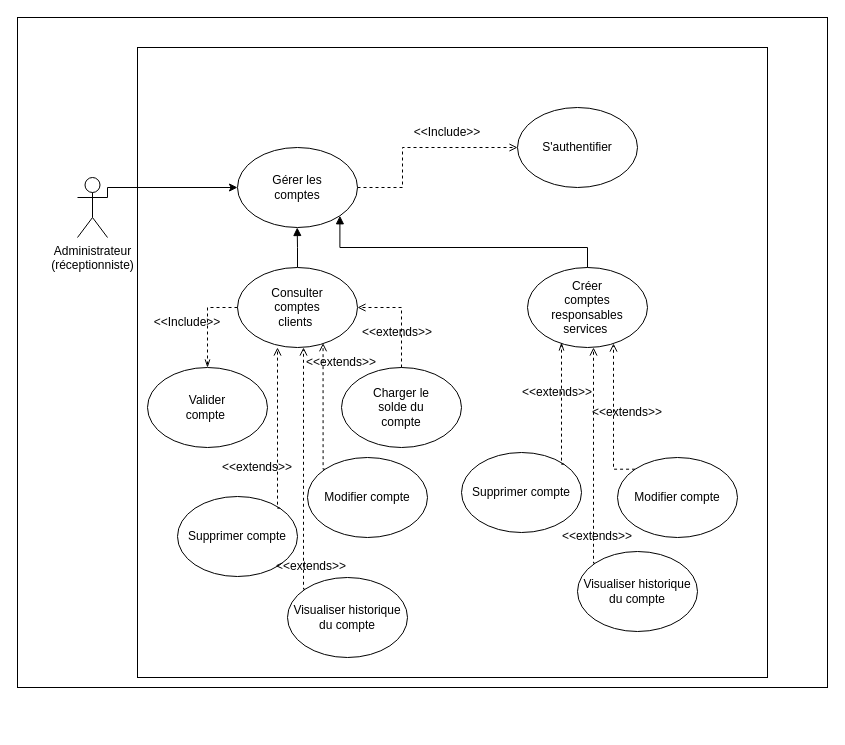
This is admin raffiné.drawio from labidimahdi/diagrams, a draw.io file, before an edit. Source tidied: cells renumbered, new cells numbered last; positions are measured from the earlier drawing's top-left corner, leaving out a move shared by most shapes. Both pictures are drawn from the tidied source at 100%, with x=0, y=0 at pixel (17, 17).
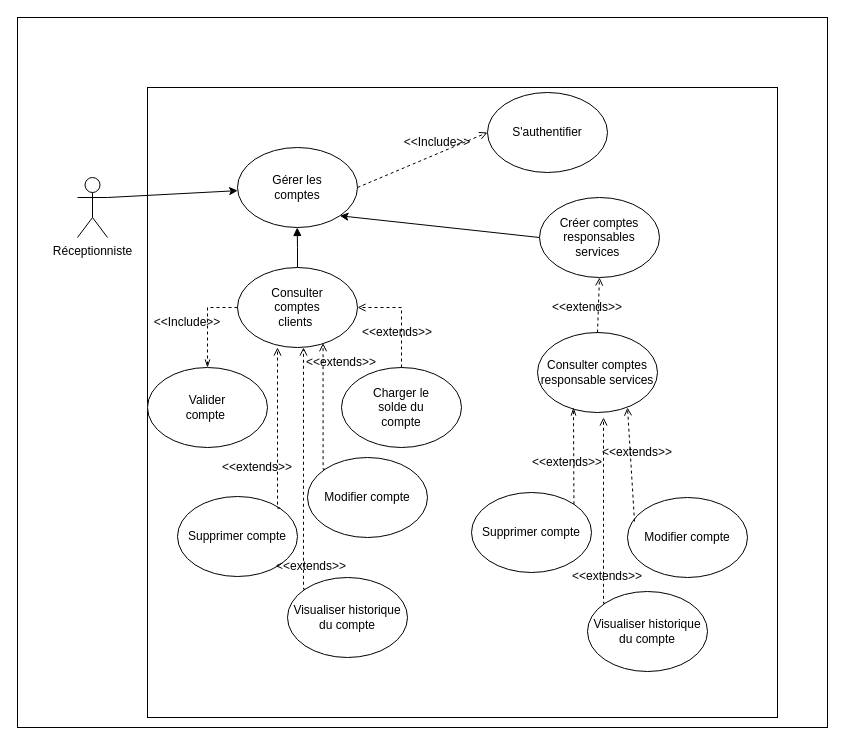
Above is the later version.

Commit message:
Mettre à jour admin raffiné.drawio

Unchanged cells that the change refers to:
```xml
<mxCell id="7" style="ellipse;whiteSpace=wrap;html=1;" parent="6" vertex="1">
  <mxGeometry width="120" height="80" as="geometry" />
</mxCell>
<mxCell id="10" style="ellipse;whiteSpace=wrap;html=1;" parent="9" vertex="1">
  <mxGeometry width="120" height="80" as="geometry" />
</mxCell>
<mxCell id="46" value="Visualiser historique du compte" style="ellipse;whiteSpace=wrap;html=1;fontColor=none;" parent="45" vertex="1">
  <mxGeometry width="120" height="80" as="geometry" />
</mxCell>
```

Change to the diagram source:
```diff
@@
     <mxCell id="2" style="rounded=0;whiteSpace=wrap;html=1;" parent="1" vertex="1">
-      <mxGeometry width="810" height="670" as="geometry" />
+      <mxGeometry width="810" height="710" as="geometry" />
     </mxCell>
     <mxCell id="3" style="whiteSpace=wrap;html=1;" parent="1" vertex="1">
-      <mxGeometry x="120" y="30" width="630" height="630" as="geometry" />
+      <mxGeometry x="130" y="70" width="630" height="630" as="geometry" />
     </mxCell>
-    <mxCell id="4" style="edgeStyle=orthogonalEdgeStyle;rounded=0;jettySize=auto;html=1;exitX=1;exitY=0.3333333333333333;exitDx=0;exitDy=0;exitPerimeter=0;" parent="1" edge="1" source="5" target="10">
-      <mxGeometry relative="1" as="geometry">
-        <Array as="points">
-          <mxPoint x="90" y="170" />
-        </Array>
-      </mxGeometry>
+    <mxCell id="4" style="rounded=0;jettySize=auto;html=1;exitX=1;exitY=0.3333333333333333;exitDx=0;exitDy=0;exitPerimeter=0;" parent="1" edge="1" source="5" target="10">
+      <mxGeometry relative="1" as="geometry" />
     </mxCell>
-    <mxCell id="5" value="Administrateur&lt;br&gt;(réceptionniste)" style="shape=umlActor;verticalLabelPosition=bottom;verticalAlign=top;html=1;outlineConnect=0;" parent="1" vertex="1">
+    <mxCell id="5" value="Réceptionniste" style="shape=umlActor;verticalLabelPosition=bottom;verticalAlign=top;html=1;outlineConnect=0;" parent="1" vertex="1">
       <mxGeometry x="60" y="160" width="30" height="60" as="geometry" />
     </mxCell>
     <mxCell id="6" style="group;" parent="1" vertex="1">
-      <mxGeometry x="500" y="90" width="120" height="80" as="geometry" />
+      <mxGeometry x="470" y="75" width="120" height="80" as="geometry" />
     </mxCell>
@@
-    <mxCell id="12" style="edgeStyle=orthogonalEdgeStyle;rounded=0;jettySize=auto;html=1;exitX=1;exitY=0.5;exitDx=0;exitDy=0;entryX=0;entryY=0.5;entryDx=0;entryDy=0;dashed=1;endArrow=open;endFill=0;" parent="1" edge="1" source="10" target="7">
-      <mxGeometry relative="1" as="geometry">
-        <Array as="points">
-          <mxPoint x="385" y="170" />
-          <mxPoint x="385" y="130" />
-        </Array>
-      </mxGeometry>
+    <mxCell id="12" style="rounded=0;jettySize=auto;html=1;exitX=1;exitY=0.5;exitDx=0;exitDy=0;entryX=0;entryY=0.5;entryDx=0;entryDy=0;dashed=1;endArrow=open;endFill=0;" parent="1" edge="1" source="10" target="7">
+      <mxGeometry relative="1" as="geometry" />
     </mxCell>
     <mxCell id="13" style="group;" parent="1" vertex="1">
-      <mxGeometry x="510" y="250" width="120" height="80" as="geometry" />
+      <mxGeometry x="520" y="315" width="120" height="80" as="geometry" />
     </mxCell>
+    <mxCell id="56" style="group;" parent="13" vertex="1">
+      <mxGeometry width="120" height="80" as="geometry" />
+    </mxCell>
-    <mxCell id="14" style="ellipse;whiteSpace=wrap;html=1;" parent="13" vertex="1">
+    <mxCell id="14" value="Consulter comptes responsable services" style="ellipse;whiteSpace=wrap;html=1;" parent="56" vertex="1">
       <mxGeometry width="120" height="80" as="geometry" />
     </mxCell>
-    <mxCell id="15" value="Créer comptes responsables services&amp;nbsp;" style="text;html=1;strokeColor=none;fillColor=none;align=center;verticalAlign=middle;whiteSpace=wrap;rounded=0;fontColor=none;" parent="13" vertex="1">
-      <mxGeometry x="30" y="25" width="60" height="30" as="geometry" />
-    </mxCell>
@@
-    <mxCell id="34" style="edgeStyle=orthogonalEdgeStyle;rounded=0;jettySize=auto;html=1;exitX=0.5;exitY=0;exitDx=0;exitDy=0;entryX=1;entryY=1;entryDx=0;entryDy=0;fontColor=none;endArrow=block;endFill=1;" parent="1" edge="1" source="14" target="10">
-      <mxGeometry relative="1" as="geometry" />
-    </mxCell>
     <mxCell id="35" value="&amp;lt;&amp;lt;Include&amp;gt;&amp;gt;" style="text;html=1;strokeColor=none;fillColor=none;align=center;verticalAlign=middle;whiteSpace=wrap;rounded=0;fontColor=none;" parent="1" vertex="1">
-      <mxGeometry x="400" y="100" width="60" height="30" as="geometry" />
+      <mxGeometry x="390" y="110" width="60" height="30" as="geometry" />
     </mxCell>
     <mxCell id="36" style="group;" parent="1" vertex="1">
-      <mxGeometry x="444" y="435" width="120" height="80" as="geometry" />
+      <mxGeometry x="444" y="435" width="276" height="85" as="geometry" />
     </mxCell>
     <mxCell id="37" value="Supprimer compte" style="ellipse;whiteSpace=wrap;html=1;fontColor=none;" parent="36" vertex="1">
-      <mxGeometry width="120" height="80" as="geometry" />
+      <mxGeometry x="10" y="40" width="120" height="80" as="geometry" />
     </mxCell>
+    <mxCell id="57" style="group;" parent="36" vertex="1">
+      <mxGeometry x="166" y="45" width="120" height="80" as="geometry" />
+    </mxCell>
+    <mxCell id="40" value="Modifier compte" style="ellipse;whiteSpace=wrap;html=1;fontColor=none;" parent="57" vertex="1">
+      <mxGeometry width="120" height="80" as="geometry" />
+    </mxCell>
-    <mxCell id="38" style="edgeStyle=orthogonalEdgeStyle;rounded=0;jettySize=auto;html=1;exitX=1;exitY=0;exitDx=0;exitDy=0;fontColor=none;endArrow=openThin;endFill=0;dashed=1;" parent="1" edge="1" source="37">
+    <mxCell id="38" style="rounded=0;jettySize=auto;html=1;exitX=1;exitY=0;exitDx=0;exitDy=0;fontColor=none;endArrow=openThin;endFill=0;dashed=1;" parent="1" edge="1" source="37">
       <mxGeometry relative="1" as="geometry">
-        <mxPoint x="544" y="325" as="targetPoint" />
-        <Array as="points">
-          <mxPoint x="544" y="447" />
-        </Array>
+        <mxPoint x="556" y="390" as="targetPoint" />
       </mxGeometry>
     </mxCell>
-    <mxCell id="39" style="group;" parent="1" vertex="1">
-      <mxGeometry x="600" y="440" width="120" height="80" as="geometry" />
-    </mxCell>
-    <mxCell id="40" value="Modifier compte" style="ellipse;whiteSpace=wrap;html=1;fontColor=none;" parent="39" vertex="1">
-      <mxGeometry width="120" height="80" as="geometry" />
-    </mxCell>
-    <mxCell id="41" style="edgeStyle=orthogonalEdgeStyle;rounded=0;jettySize=auto;html=1;exitX=0;exitY=0;exitDx=0;exitDy=0;entryX=0.713;entryY=0.946;entryDx=0;entryDy=0;entryPerimeter=0;dashed=1;fontColor=none;endArrow=open;endFill=0;" parent="1" edge="1" source="40">
+    <mxCell id="41" style="rounded=0;orthogonalLoop=1;jettySize=auto;html=1;exitX=0.058;exitY=0.3;exitDx=0;exitDy=0;dashed=1;fontColor=none;endArrow=open;endFill=0;exitPerimeter=0;" parent="1" edge="1">
       <mxGeometry relative="1" as="geometry">
-        <mxPoint x="596" y="326" as="targetPoint" />
-        <Array as="points">
-          <mxPoint x="596" y="452" />
-        </Array>
+        <mxPoint x="617" y="504" as="sourcePoint" />
+        <mxPoint x="610" y="390" as="targetPoint" />
       </mxGeometry>
     </mxCell>
@@
     <mxCell id="45" style="group;" parent="1" vertex="1">
-      <mxGeometry x="560" y="534" width="120" height="80" as="geometry" />
+      <mxGeometry x="570" y="574" width="120" height="80" as="geometry" />
     </mxCell>
@@
     <mxCell id="47" style="edgeStyle=orthogonalEdgeStyle;rounded=0;jettySize=auto;html=1;exitX=0;exitY=0;exitDx=0;exitDy=0;dashed=1;fontColor=none;endArrow=open;endFill=0;" parent="1" edge="1" source="46">
       <mxGeometry relative="1" as="geometry">
-        <mxPoint x="576" y="330" as="targetPoint" />
+        <mxPoint x="586" y="400" as="targetPoint" />
         <Array as="points">
-          <mxPoint x="576" y="546" />
+          <mxPoint x="586" y="586" />
         </Array>
       </mxGeometry>
     </mxCell>
@@
     <mxCell id="50" value="&amp;lt;&amp;lt;extends&amp;gt;&amp;gt;" style="text;html=1;strokeColor=none;fillColor=none;align=center;verticalAlign=middle;whiteSpace=wrap;rounded=0;fontColor=none;" parent="1" vertex="1">
-      <mxGeometry x="510" y="360" width="60" height="30" as="geometry" />
+      <mxGeometry x="520" y="430" width="60" height="30" as="geometry" />
     </mxCell>
     <mxCell id="51" value="&amp;lt;&amp;lt;extends&amp;gt;&amp;gt;" style="text;html=1;strokeColor=none;fillColor=none;align=center;verticalAlign=middle;whiteSpace=wrap;rounded=0;fontColor=none;" parent="1" vertex="1">
-      <mxGeometry x="550" y="504" width="60" height="30" as="geometry" />
+      <mxGeometry x="560" y="544" width="60" height="30" as="geometry" />
     </mxCell>
     <mxCell id="52" value="&amp;lt;&amp;lt;extends&amp;gt;&amp;gt;" style="text;html=1;strokeColor=none;fillColor=none;align=center;verticalAlign=middle;whiteSpace=wrap;rounded=0;fontColor=none;" parent="1" vertex="1">
-      <mxGeometry x="580" y="380" width="60" height="30" as="geometry" />
+      <mxGeometry x="590" y="420" width="60" height="30" as="geometry" />
     </mxCell>
@@
+    <mxCell id="58" style="rounded=0;jettySize=auto;html=1;exitX=0;exitY=0.5;exitDx=0;exitDy=0;entryX=1;entryY=1;entryDx=0;entryDy=0;" parent="1" edge="1" source="15" target="10">
+      <mxGeometry relative="1" as="geometry" />
+    </mxCell>
+    <mxCell id="15" value="Créer comptes responsables services&amp;nbsp;" style="ellipse;whiteSpace=wrap;html=1;" parent="1" vertex="1">
+      <mxGeometry x="522" y="180" width="120" height="80" as="geometry" />
+    </mxCell>
+    <mxCell id="59" style="rounded=0;jettySize=auto;html=1;exitX=0.5;exitY=0;exitDx=0;exitDy=0;entryX=0.5;entryY=1;entryDx=0;entryDy=0;dashed=1;endArrow=open;endFill=0;" parent="1" edge="1" source="14" target="15">
+      <mxGeometry relative="1" as="geometry" />
+    </mxCell>
+    <mxCell id="60" value="&amp;lt;&amp;lt;extends&amp;gt;&amp;gt;" style="text;html=1;strokeColor=none;fillColor=none;align=center;verticalAlign=middle;whiteSpace=wrap;rounded=0;fontColor=none;" parent="1" vertex="1">
+      <mxGeometry x="540" y="275" width="60" height="30" as="geometry" />
+    </mxCell>
```
